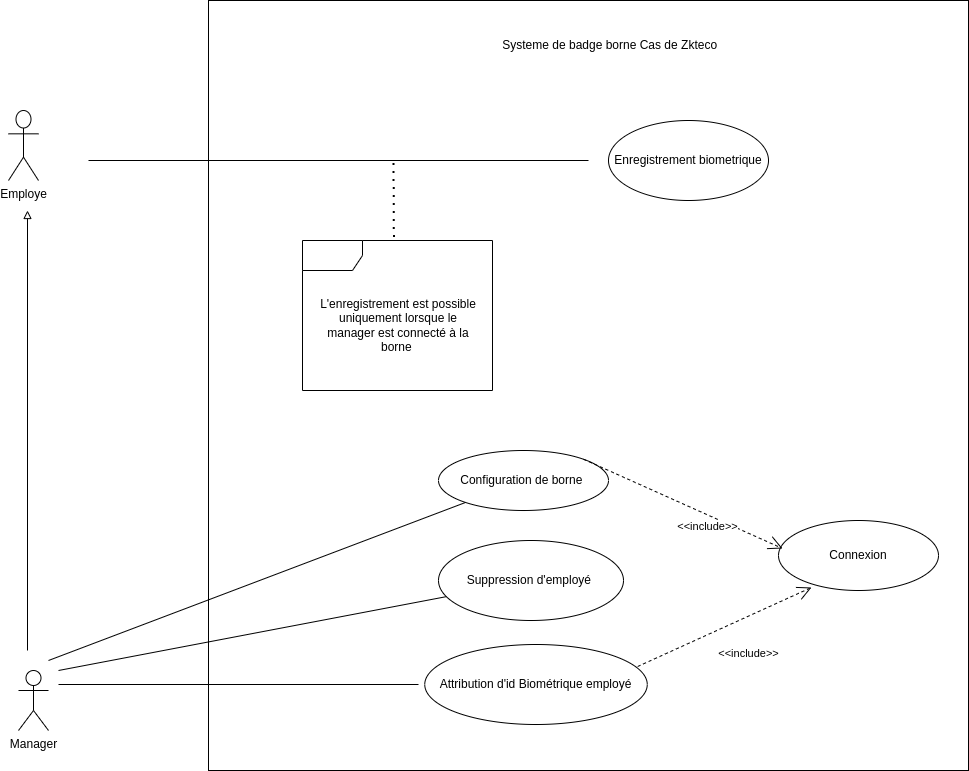
This is static/UsecaseZkteco.drawio.png from Siluearsene/borne_biometrique, a draw.io export, as it was before one commit. Source tidied: cells renumbered, new cells last; positions are measured from the earlier drawing's top-left corner, leaving out a move shared by most shapes.
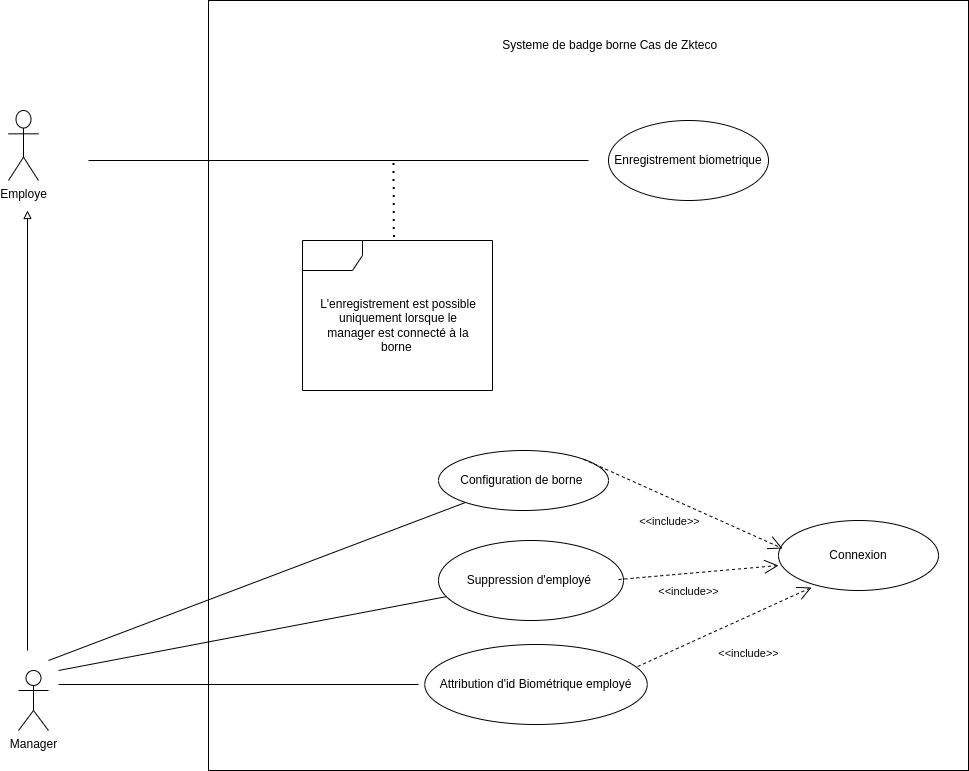
After the commit.

Commit message:
Mettre à jour UsecaseZkteco.drawio.png

The edit, as a diff of the source:
```diff
@@ -65,7 +65,7 @@
     </mxCell>
     <mxCell id="20" value="&amp;lt;&amp;lt;include&amp;gt;&amp;gt;" style="edgeLabel;html=1;align=center;verticalAlign=middle;" parent="19" vertex="1">
       <mxGeometry x="-0.06" y="1" relative="1" as="geometry">
-        <mxPoint x="29" y="25" as="offset" />
+        <mxPoint x="-9" y="20" as="offset" />
       </mxGeometry>
     </mxCell>
     <mxCell id="21" value="Suppression d'employé&amp;nbsp;" style="ellipse;whiteSpace=wrap;html=1;" parent="1" vertex="1">
@@ -76,5 +76,15 @@
         <mxPoint x="50" y="670" as="sourcePoint" />
       </mxGeometry>
     </mxCell>
+    <mxCell id="23" style="endArrow=open;endFill=1;endSize=12;html=1;rounded=0;exitX=0.957;exitY=0.275;exitDx=0;exitDy=0;exitPerimeter=0;entryX=0;entryY=0.643;entryDx=0;entryDy=0;entryPerimeter=0;dashed=1;" parent="1" edge="1" target="10">
+      <mxGeometry relative="1" as="geometry">
+        <mxPoint x="610" y="579" as="sourcePoint" />
+      </mxGeometry>
+    </mxCell>
+    <mxCell id="24" value="&amp;lt;&amp;lt;include&amp;gt;&amp;gt;" style="edgeLabel;html=1;align=center;verticalAlign=middle;" parent="23" vertex="1">
+      <mxGeometry x="-0.06" y="1" relative="1" as="geometry">
+        <mxPoint x="-6" y="19" as="offset" />
+      </mxGeometry>
+    </mxCell>
   </root>
 </mxGraphModel>
```
